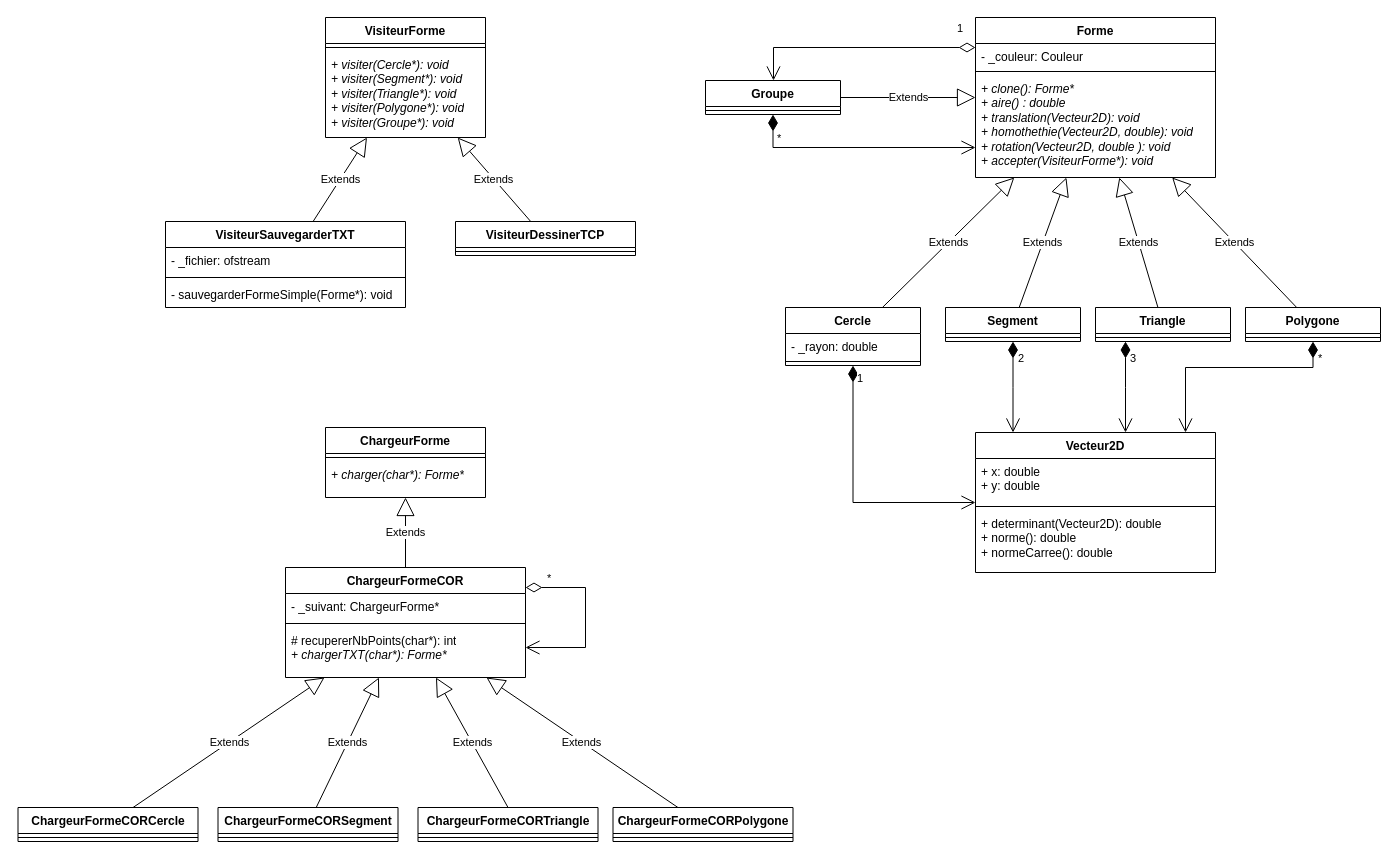
Earlier version of the draw.io diagram UML.drawio (SIIR3X/l3-projet-synthese). Source tidied: cells renumbered, new cells numbered last; positions are measured from the earlier drawing's top-left corner, leaving out a move shared by most shapes. Both pictures are drawn from the tidied source at 100%, with x=0, y=0 at pixel (17, 17).
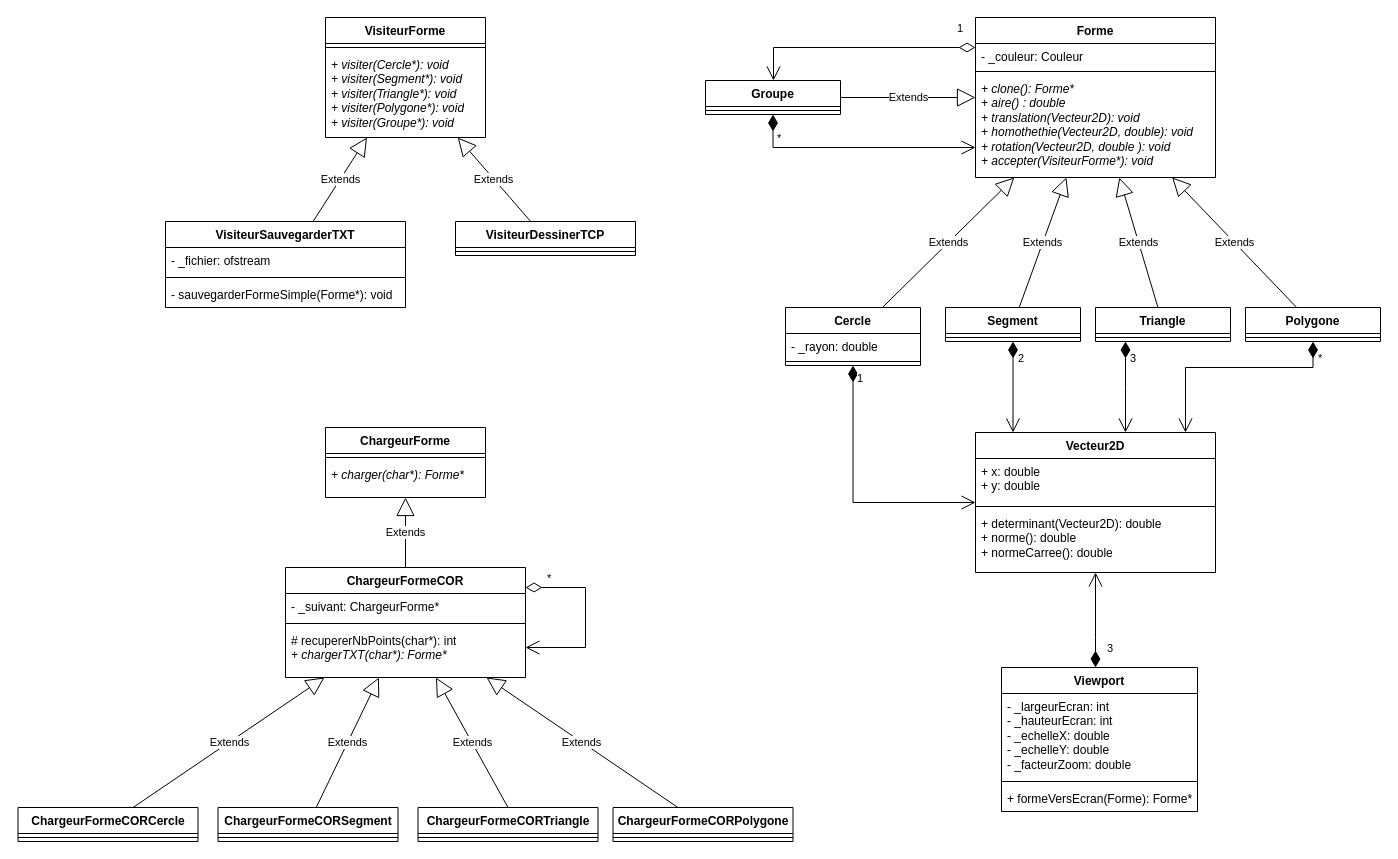
After the change.

Commit message:
chore: ajout de Viewport dans l'UML

The change refers to these unchanged cells:
```xml
<mxCell id="15" value="Vecteur2D" style="swimlane;fontStyle=1;align=center;verticalAlign=top;horizontal=1;startSize=26;whiteSpace=wrap;html=1;" parent="1" vertex="1">
  <mxGeometry x="958" y="415" width="240" height="140" as="geometry" />
</mxCell>
```

What changed in the source:
```diff
@@
+    <mxCell id="64" value="Viewport" style="swimlane;fontStyle=1;align=center;verticalAlign=top;horizontal=1;startSize=26;whiteSpace=wrap;html=1;" parent="1" vertex="1">
+      <mxGeometry x="984" y="650" width="196" height="144" as="geometry" />
+    </mxCell>
+    <mxCell id="65" value="- _largeurEcran: int&lt;div&gt;- _hauteurEcran: int&lt;/div&gt;&lt;div&gt;- _echelleX: double&lt;/div&gt;&lt;div&gt;- _echelleY: double&lt;/div&gt;&lt;div&gt;- _facteurZoom: double&lt;/div&gt;" style="text;strokeColor=none;fillColor=none;align=left;verticalAlign=top;spacingLeft=4;spacingRight=4;overflow=hidden;whiteSpace=wrap;html=1;" parent="64" vertex="1">
+      <mxGeometry y="26" width="196" height="84" as="geometry" />
+    </mxCell>
+    <mxCell id="66" style="line;strokeWidth=1;fillColor=none;align=left;verticalAlign=middle;spacingTop=-1;spacingLeft=3;spacingRight=3;labelPosition=right;strokeColor=inherit;" parent="64" vertex="1">
+      <mxGeometry y="110" width="196" height="8" as="geometry" />
+    </mxCell>
+    <mxCell id="67" value="+ formeVersEcran(Forme): Forme*" style="text;strokeColor=none;fillColor=none;align=left;verticalAlign=top;spacingLeft=4;spacingRight=4;overflow=hidden;whiteSpace=wrap;html=1;" parent="64" vertex="1">
+      <mxGeometry y="118" width="196" height="26" as="geometry" />
+    </mxCell>
+    <mxCell id="68" value="3" style="endArrow=open;html=1;endSize=12;startArrow=diamondThin;startSize=14;startFill=1;edgeStyle=orthogonalEdgeStyle;align=left;verticalAlign=bottom;rounded=0;" parent="1" edge="1" source="64" target="15">
+      <mxGeometry x="-0.79" y="-10" relative="1" as="geometry">
+        <Array as="points">
+          <mxPoint x="1078" y="620" />
+          <mxPoint x="1078" y="620" />
+        </Array>
+      </mxGeometry>
+    </mxCell>
```
